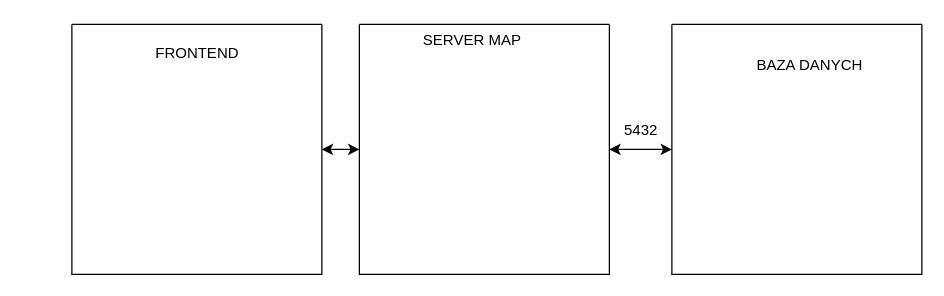
This is Diagram bez tytułu.drawio from kingastaszynska/prge_wig21gg1s0, a draw.io file, before an edit. Source tidied: cells renumbered, new cells numbered last; positions are measured from the earlier drawing's top-left corner, leaving out a move shared by most shapes. Both pictures are drawn from the tidied source at 125%, with x=0, y=0 at pixel (71, 21).
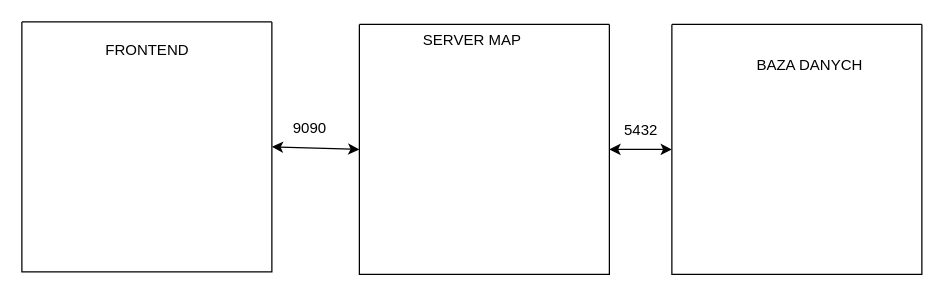
After the change.

Change to the diagram source:
```diff
@@
 <mxGraphModel>
   <root>
     <mxCell id="0" />
     <mxCell id="1" parent="0" />
     <mxCell id="2" style="swimlane;startSize=0;" parent="1" vertex="1">
-      <mxGeometry y="2" width="200" height="200" as="geometry" />
+      <mxGeometry x="-40" width="200" height="200" as="geometry" />
     </mxCell>
     <mxCell id="3" value="FRONTEND" style="text;html=1;align=center;verticalAlign=middle;strokeColor=none;fillColor=none;" parent="2" vertex="1">
       <mxGeometry x="55" y="8" width="90" height="30" as="geometry" />
     </mxCell>
     <mxCell id="4" style="swimlane;startSize=0;" parent="1" vertex="1">
       <mxGeometry x="230" y="2" width="200" height="200" as="geometry" />
     </mxCell>
     <mxCell id="5" value="SERVER MAP" style="text;html=1;align=center;verticalAlign=middle;strokeColor=none;fillColor=none;" parent="1" vertex="1">
       <mxGeometry x="270" width="100" height="30" as="geometry" />
     </mxCell>
     <mxCell id="6" style="swimlane;startSize=0;" parent="1" vertex="1">
       <mxGeometry x="480" y="2" width="200" height="200" as="geometry" />
     </mxCell>
     <mxCell id="7" value="BAZA DANYCH" style="text;html=1;align=center;verticalAlign=middle;strokeColor=none;fillColor=none;" parent="1" vertex="1">
       <mxGeometry x="535" y="20" width="110" height="30" as="geometry" />
     </mxCell>
     <mxCell id="8" style="endArrow=classic;startArrow=classic;html=1;rounded=0;entryX=0;entryY=0.5;entryDx=0;entryDy=0;" parent="1" edge="1" target="6">
       <mxGeometry relative="1" as="geometry">
         <mxPoint x="430" y="102" as="sourcePoint" />
       </mxGeometry>
     </mxCell>
     <mxCell id="9" value="5432" style="text;html=1;align=center;verticalAlign=middle;strokeColor=none;fillColor=none;" parent="1" vertex="1">
       <mxGeometry x="430" y="72" width="50" height="30" as="geometry" />
     </mxCell>
     <mxCell id="10" style="endArrow=classic;startArrow=classic;html=1;rounded=0;exitX=1;exitY=0.5;exitDx=0;exitDy=0;" parent="1" edge="1" source="2">
       <mxGeometry relative="1" as="geometry">
         <mxPoint x="230" y="102" as="targetPoint" />
       </mxGeometry>
     </mxCell>
+    <mxCell id="11" value="9090" style="text;html=1;align=center;verticalAlign=middle;strokeColor=none;fillColor=none;" parent="1" vertex="1">
+      <mxGeometry x="165" y="70" width="50" height="30" as="geometry" />
+    </mxCell>
   </root>
 </mxGraphModel>
```
